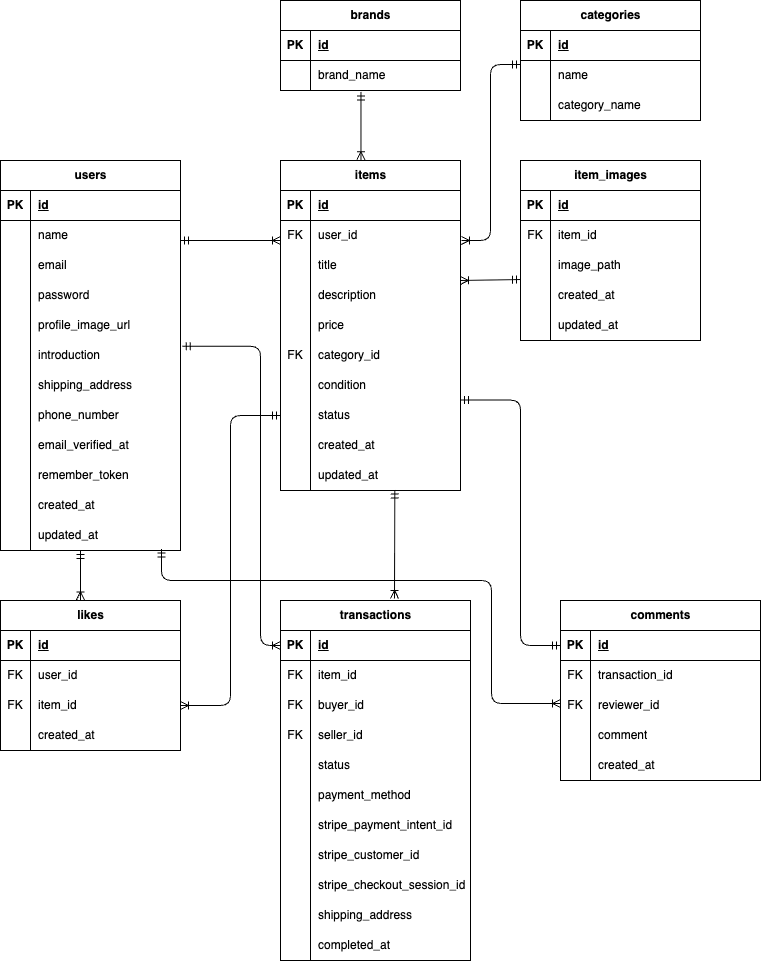
Before: er.drawio.png, a diagram exported from draw.io (S185900/flea-market-app). Source tidied: cells renumbered, new cells last; positions are measured from the earlier drawing's top-left corner, leaving out a move shared by most shapes.
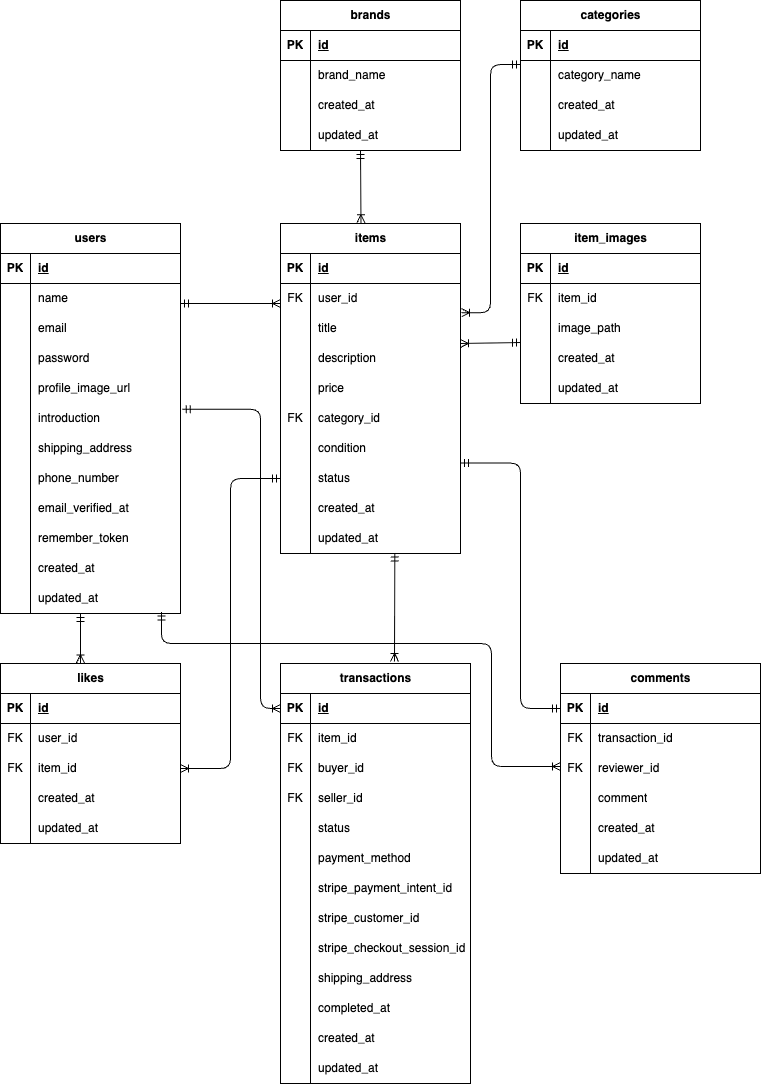
The same diagram one commit later.

Diff of the diagram source:
```diff
@@ -207,7 +207,7 @@
       <mxGeometry x="30" width="150" height="30" as="geometry" />
     </mxCell>
     <mxCell id="70" value="&lt;span class=&quot;notion-enable-hover&quot;&gt;categories&lt;/span&gt;" style="shape=table;startSize=30;rowLines=0;fontStyle=1;align=center;html=1;" parent="1" vertex="1">
-      <mxGeometry x="520" width="180" height="120" as="geometry" />
+      <mxGeometry x="520" y="-63" width="180" height="150" as="geometry" />
     </mxCell>
     <mxCell id="71" style="shape=tableRow;horizontal=0;startSize=0;swimlaneHead=0;swimlaneBody=0;fillColor=none;top=0;left=0;right=0;bottom=1;" parent="70" vertex="1">
       <mxGeometry y="30" width="180" height="30" as="geometry" />
@@ -224,7 +224,7 @@
     <mxCell id="75" style="shape=partialRectangle;fillColor=none;top=0;left=0;bottom=0;right=0;overflow=hidden;whiteSpace=wrap;html=1;" parent="74" vertex="1">
       <mxGeometry width="30" height="30" as="geometry" />
     </mxCell>
-    <mxCell id="76" value="name" style="shape=partialRectangle;fillColor=none;top=0;left=0;bottom=0;right=0;align=left;spacingLeft=6;overflow=hidden;whiteSpace=wrap;html=1;" parent="74" vertex="1">
+    <mxCell id="76" value="&lt;span style=&quot;color: rgb(0, 0, 0);&quot;&gt;category_name&lt;/span&gt;" style="shape=partialRectangle;fillColor=none;top=0;left=0;bottom=0;right=0;align=left;spacingLeft=6;overflow=hidden;whiteSpace=wrap;html=1;" parent="74" vertex="1">
       <mxGeometry x="30" width="150" height="30" as="geometry" />
     </mxCell>
     <mxCell id="77" style="shape=tableRow;horizontal=0;startSize=0;swimlaneHead=0;swimlaneBody=0;fillColor=none;top=0;left=0;right=0;bottom=0;" parent="70" vertex="1">
@@ -233,11 +233,20 @@
     <mxCell id="78" style="shape=partialRectangle;fillColor=none;top=0;left=0;bottom=0;right=0;overflow=hidden;whiteSpace=wrap;html=1;" parent="77" vertex="1">
       <mxGeometry width="30" height="30" as="geometry" />
     </mxCell>
-    <mxCell id="79" value="category_name" style="shape=partialRectangle;fillColor=none;top=0;left=0;bottom=0;right=0;align=left;spacingLeft=6;overflow=hidden;whiteSpace=wrap;html=1;" parent="77" vertex="1">
+    <mxCell id="79" value="&lt;span style=&quot;color: rgb(0, 0, 0);&quot;&gt;created_at&lt;/span&gt;" style="shape=partialRectangle;fillColor=none;top=0;left=0;bottom=0;right=0;align=left;spacingLeft=6;overflow=hidden;whiteSpace=wrap;html=1;" parent="77" vertex="1">
       <mxGeometry x="30" width="150" height="30" as="geometry" />
     </mxCell>
+    <mxCell id="176" style="shape=tableRow;horizontal=0;startSize=0;swimlaneHead=0;swimlaneBody=0;fillColor=none;top=0;left=0;right=0;bottom=0;" parent="70" vertex="1">
+      <mxGeometry y="120" width="180" height="30" as="geometry" />
+    </mxCell>
+    <mxCell id="177" style="shape=partialRectangle;fillColor=none;top=0;left=0;bottom=0;right=0;overflow=hidden;whiteSpace=wrap;html=1;" parent="176" vertex="1">
+      <mxGeometry width="30" height="30" as="geometry" />
+    </mxCell>
+    <mxCell id="178" value="&lt;span style=&quot;color: rgb(0, 0, 0);&quot;&gt;updated_at&lt;/span&gt;" style="shape=partialRectangle;fillColor=none;top=0;left=0;bottom=0;right=0;align=left;spacingLeft=6;overflow=hidden;whiteSpace=wrap;html=1;" parent="176" vertex="1">
+      <mxGeometry x="30" width="150" height="30" as="geometry" />
+    </mxCell>
     <mxCell id="80" value="&lt;span class=&quot;notion-enable-hover&quot;&gt;transactions&lt;/span&gt;" style="shape=table;startSize=30;rowLines=0;fontStyle=1;align=center;html=1;" parent="1" vertex="1">
-      <mxGeometry x="280" y="600" width="190" height="360" as="geometry" />
+      <mxGeometry x="280" y="600" width="190" height="420" as="geometry" />
     </mxCell>
     <mxCell id="81" style="shape=tableRow;horizontal=0;startSize=0;swimlaneHead=0;swimlaneBody=0;fillColor=none;points=[[0,0.5],[1,0.5]];portConstraint=eastwest;top=0;left=0;right=0;bottom=1;" parent="80" vertex="1">
       <mxGeometry y="30" width="190" height="30" as="geometry" />
@@ -338,6 +347,24 @@
     <mxCell id="113" value="&lt;span style=&quot;color: rgb(0, 0, 0);&quot;&gt;completed_at&lt;/span&gt;" style="shape=partialRectangle;fillColor=none;top=0;left=0;bottom=0;right=0;align=left;spacingLeft=6;overflow=hidden;whiteSpace=wrap;html=1;" parent="111" vertex="1">
       <mxGeometry x="30" width="160" height="30" as="geometry" />
     </mxCell>
+    <mxCell id="179" style="shape=tableRow;horizontal=0;startSize=0;swimlaneHead=0;swimlaneBody=0;fillColor=none;top=0;left=0;right=0;bottom=0;" parent="80" vertex="1">
+      <mxGeometry y="360" width="190" height="30" as="geometry" />
+    </mxCell>
+    <mxCell id="180" style="shape=partialRectangle;fillColor=none;top=0;left=0;bottom=0;right=0;overflow=hidden;whiteSpace=wrap;html=1;" parent="179" vertex="1">
+      <mxGeometry width="30" height="30" as="geometry" />
+    </mxCell>
+    <mxCell id="181" value="&lt;span style=&quot;color: rgb(0, 0, 0);&quot;&gt;created_at&lt;/span&gt;" style="shape=partialRectangle;fillColor=none;top=0;left=0;bottom=0;right=0;align=left;spacingLeft=6;overflow=hidden;whiteSpace=wrap;html=1;" parent="179" vertex="1">
+      <mxGeometry x="30" width="160" height="30" as="geometry" />
+    </mxCell>
+    <mxCell id="182" style="shape=tableRow;horizontal=0;startSize=0;swimlaneHead=0;swimlaneBody=0;fillColor=none;top=0;left=0;right=0;bottom=0;" parent="80" vertex="1">
+      <mxGeometry y="390" width="190" height="30" as="geometry" />
+    </mxCell>
+    <mxCell id="183" style="shape=partialRectangle;fillColor=none;top=0;left=0;bottom=0;right=0;overflow=hidden;whiteSpace=wrap;html=1;" parent="182" vertex="1">
+      <mxGeometry width="30" height="30" as="geometry" />
+    </mxCell>
+    <mxCell id="184" value="&lt;span style=&quot;color: rgb(0, 0, 0);&quot;&gt;updated_at&lt;/span&gt;" style="shape=partialRectangle;fillColor=none;top=0;left=0;bottom=0;right=0;align=left;spacingLeft=6;overflow=hidden;whiteSpace=wrap;html=1;" parent="182" vertex="1">
+      <mxGeometry x="30" width="160" height="30" as="geometry" />
+    </mxCell>
     <mxCell id="114" value="&lt;span class=&quot;notion-enable-hover&quot;&gt;item_images&lt;/span&gt;" style="shape=table;startSize=30;rowLines=0;fontStyle=1;align=center;html=1;" parent="1" vertex="1">
       <mxGeometry x="520" y="160" width="180" height="180" as="geometry" />
     </mxCell>
@@ -387,7 +414,7 @@
       <mxGeometry x="30" width="150" height="30" as="geometry" />
     </mxCell>
     <mxCell id="130" value="&lt;span class=&quot;notion-enable-hover&quot;&gt;comments&lt;/span&gt;" style="shape=table;startSize=30;rowLines=0;fontStyle=1;align=center;html=1;" parent="1" vertex="1">
-      <mxGeometry x="560" y="600" width="200" height="180" as="geometry" />
+      <mxGeometry x="560" y="600" width="200" height="210" as="geometry" />
     </mxCell>
     <mxCell id="131" style="shape=tableRow;horizontal=0;startSize=0;swimlaneHead=0;swimlaneBody=0;fillColor=none;points=[[0,0.5],[1,0.5]];portConstraint=eastwest;top=0;left=0;right=0;bottom=1;" parent="130" vertex="1">
       <mxGeometry y="30" width="200" height="30" as="geometry" />
@@ -434,8 +461,17 @@
     <mxCell id="145" value="created_at" style="shape=partialRectangle;fillColor=none;top=0;left=0;bottom=0;right=0;align=left;spacingLeft=6;overflow=hidden;whiteSpace=wrap;html=1;" parent="143" vertex="1">
       <mxGeometry x="30" width="170" height="30" as="geometry" />
     </mxCell>
+    <mxCell id="185" style="shape=tableRow;horizontal=0;startSize=0;swimlaneHead=0;swimlaneBody=0;fillColor=none;top=0;left=0;right=0;bottom=0;" parent="130" vertex="1">
+      <mxGeometry y="180" width="200" height="30" as="geometry" />
+    </mxCell>
+    <mxCell id="186" style="shape=partialRectangle;fillColor=none;top=0;left=0;bottom=0;right=0;overflow=hidden;whiteSpace=wrap;html=1;" parent="185" vertex="1">
+      <mxGeometry width="30" height="30" as="geometry" />
+    </mxCell>
+    <mxCell id="187" value="updated_at" style="shape=partialRectangle;fillColor=none;top=0;left=0;bottom=0;right=0;align=left;spacingLeft=6;overflow=hidden;whiteSpace=wrap;html=1;" parent="185" vertex="1">
+      <mxGeometry x="30" width="170" height="30" as="geometry" />
+    </mxCell>
     <mxCell id="146" value="&lt;span class=&quot;notion-enable-hover&quot;&gt;likes&lt;/span&gt;" style="shape=table;startSize=30;rowLines=0;fontStyle=1;align=center;html=1;" parent="1" vertex="1">
-      <mxGeometry y="600" width="180" height="150" as="geometry" />
+      <mxGeometry y="600" width="180" height="180" as="geometry" />
     </mxCell>
     <mxCell id="147" style="shape=tableRow;horizontal=0;startSize=0;swimlaneHead=0;swimlaneBody=0;fillColor=none;top=0;left=0;right=0;bottom=1;" parent="146" vertex="1">
       <mxGeometry y="30" width="180" height="30" as="geometry" />
@@ -473,6 +509,15 @@
     <mxCell id="158" value="created_at" style="shape=partialRectangle;fillColor=none;top=0;left=0;bottom=0;right=0;align=left;spacingLeft=6;overflow=hidden;whiteSpace=wrap;html=1;" parent="156" vertex="1">
       <mxGeometry x="30" width="150" height="30" as="geometry" />
     </mxCell>
+    <mxCell id="188" style="shape=tableRow;horizontal=0;startSize=0;swimlaneHead=0;swimlaneBody=0;fillColor=none;top=0;left=0;right=0;bottom=0;" parent="146" vertex="1">
+      <mxGeometry y="150" width="180" height="30" as="geometry" />
+    </mxCell>
+    <mxCell id="189" style="shape=partialRectangle;fillColor=none;top=0;left=0;bottom=0;right=0;overflow=hidden;whiteSpace=wrap;html=1;" parent="188" vertex="1">
+      <mxGeometry width="30" height="30" as="geometry" />
+    </mxCell>
+    <mxCell id="190" value="updated_at" style="shape=partialRectangle;fillColor=none;top=0;left=0;bottom=0;right=0;align=left;spacingLeft=6;overflow=hidden;whiteSpace=wrap;html=1;" parent="188" vertex="1">
+      <mxGeometry x="30" width="150" height="30" as="geometry" />
+    </mxCell>
     <mxCell id="159" style="edgeStyle=orthogonalEdgeStyle;fontSize=12;html=1;endArrow=ERmandOne;startArrow=ERmandOne;entryX=1;entryY=-0.014;entryDx=0;entryDy=0;entryPerimeter=0;exitX=0;exitY=0.5;exitDx=0;exitDy=0;" parent="1" edge="1" source="131" target="61">
       <mxGeometry relative="1" as="geometry">
         <Array as="points">
@@ -487,13 +532,12 @@
         <mxPoint x="280" y="240" as="targetPoint" />
       </mxGeometry>
     </mxCell>
-    <mxCell id="161" style="fontSize=12;html=1;endArrow=ERoneToMany;startArrow=ERmandOne;entryX=1.01;entryY=0.03;entryDx=0;entryDy=0;entryPerimeter=0;edgeStyle=orthogonalEdgeStyle;" parent="1" edge="1">
+    <mxCell id="161" style="fontSize=12;html=1;endArrow=ERoneToMany;startArrow=ERmandOne;entryX=1.006;entryY=0.974;entryDx=0;entryDy=0;entryPerimeter=0;edgeStyle=orthogonalEdgeStyle;" parent="1" edge="1" target="43">
       <mxGeometry relative="1" as="geometry">
-        <mxPoint x="520" y="64" as="sourcePoint" />
-        <mxPoint x="460.9" y="240" as="targetPoint" />
+        <mxPoint x="520" y="1" as="sourcePoint" />
         <Array as="points">
-          <mxPoint x="490" y="64" />
-          <mxPoint x="490" y="240" />
+          <mxPoint x="490" y="1" />
+          <mxPoint x="490" y="249" />
         </Array>
       </mxGeometry>
     </mxCell>
@@ -534,7 +578,7 @@
       </mxGeometry>
     </mxCell>
     <mxCell id="167" value="brands" style="shape=table;startSize=30;rowLines=0;fontStyle=1;align=center;html=1;" parent="1" vertex="1">
-      <mxGeometry x="280" width="180" height="90" as="geometry" />
+      <mxGeometry x="280" y="-63" width="180" height="150" as="geometry" />
     </mxCell>
     <mxCell id="168" style="shape=tableRow;horizontal=0;startSize=0;swimlaneHead=0;swimlaneBody=0;fillColor=none;top=0;left=0;right=0;bottom=1;" parent="167" vertex="1">
       <mxGeometry y="30" width="180" height="30" as="geometry" />
@@ -554,8 +598,28 @@
     <mxCell id="173" value="brand_name" style="shape=partialRectangle;fillColor=none;top=0;left=0;bottom=0;right=0;align=left;spacingLeft=6;overflow=hidden;whiteSpace=wrap;html=1;" parent="171" vertex="1">
       <mxGeometry x="30" width="150" height="30" as="geometry" />
     </mxCell>
+    <mxCell id="191" style="shape=tableRow;horizontal=0;startSize=0;swimlaneHead=0;swimlaneBody=0;fillColor=none;top=0;left=0;right=0;bottom=0;" parent="167" vertex="1">
+      <mxGeometry y="90" width="180" height="30" as="geometry" />
+    </mxCell>
+    <mxCell id="192" style="shape=partialRectangle;fillColor=none;top=0;left=0;bottom=0;right=0;overflow=hidden;whiteSpace=wrap;html=1;" parent="191" vertex="1">
+      <mxGeometry width="30" height="30" as="geometry" />
+    </mxCell>
+    <mxCell id="193" value="created_at" style="shape=partialRectangle;fillColor=none;top=0;left=0;bottom=0;right=0;align=left;spacingLeft=6;overflow=hidden;whiteSpace=wrap;html=1;" parent="191" vertex="1">
+      <mxGeometry x="30" width="150" height="30" as="geometry" />
+    </mxCell>
+    <mxCell id="194" style="shape=tableRow;horizontal=0;startSize=0;swimlaneHead=0;swimlaneBody=0;fillColor=none;top=0;left=0;right=0;bottom=0;" parent="167" vertex="1">
+      <mxGeometry y="120" width="180" height="30" as="geometry" />
+    </mxCell>
+    <mxCell id="195" style="shape=partialRectangle;fillColor=none;top=0;left=0;bottom=0;right=0;overflow=hidden;whiteSpace=wrap;html=1;" parent="194" vertex="1">
+      <mxGeometry width="30" height="30" as="geometry" />
+    </mxCell>
+    <mxCell id="196" value="updated_at" style="shape=partialRectangle;fillColor=none;top=0;left=0;bottom=0;right=0;align=left;spacingLeft=6;overflow=hidden;whiteSpace=wrap;html=1;" parent="194" vertex="1">
+      <mxGeometry x="30" width="150" height="30" as="geometry" />
+    </mxCell>
-    <mxCell id="174" style="fontSize=12;html=1;endArrow=ERoneToMany;startArrow=ERmandOne;exitX=0.447;exitY=1.05;exitDx=0;exitDy=0;exitPerimeter=0;entryX=0.447;entryY=-0.002;entryDx=0;entryDy=0;entryPerimeter=0;" parent="1" edge="1" source="171" target="39">
-      <mxGeometry relative="1" as="geometry" />
+    <mxCell id="174" style="fontSize=12;html=1;endArrow=ERoneToMany;startArrow=ERmandOne;entryX=0.447;entryY=-0.002;entryDx=0;entryDy=0;entryPerimeter=0;" parent="1" edge="1" target="39">
+      <mxGeometry relative="1" as="geometry">
+        <mxPoint x="360" y="87" as="sourcePoint" />
+      </mxGeometry>
     </mxCell>
     <mxCell id="175" style="fontSize=12;html=1;endArrow=ERoneToMany;startArrow=ERmandOne;exitX=0;exitY=-0.033;exitDx=0;exitDy=0;exitPerimeter=0;" parent="1" edge="1" source="124">
       <mxGeometry relative="1" as="geometry">
```
